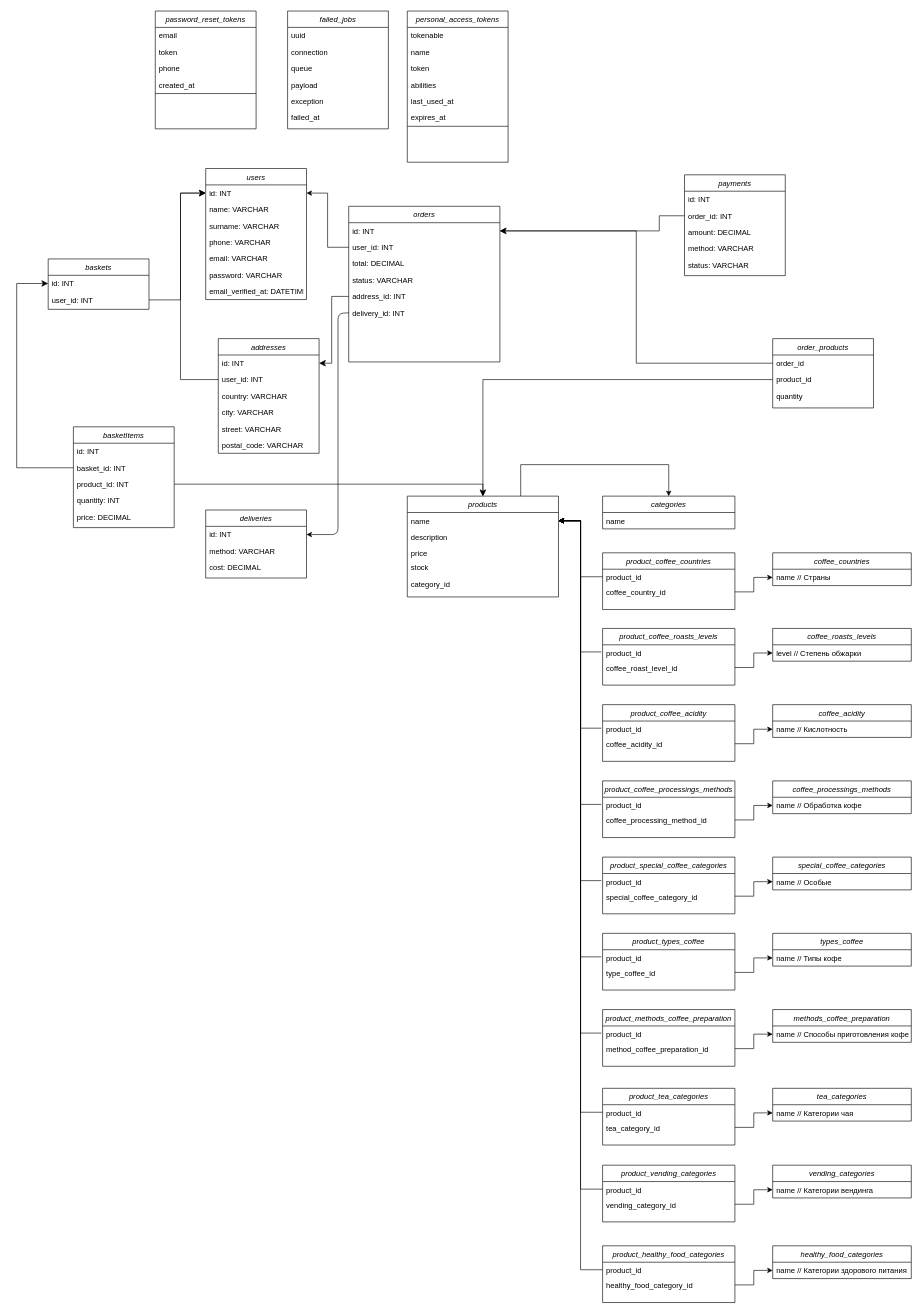
Above: database/UML.drawio in Rubin-11/CoffeShop (draw.io), before the change. Source tidied: cells renumbered, new cells numbered last; positions are measured from the earlier drawing's top-left corner, leaving out a move shared by most shapes. Both pictures are drawn from the tidied source at 63%, with x=0, y=0 at pixel (16, 11).
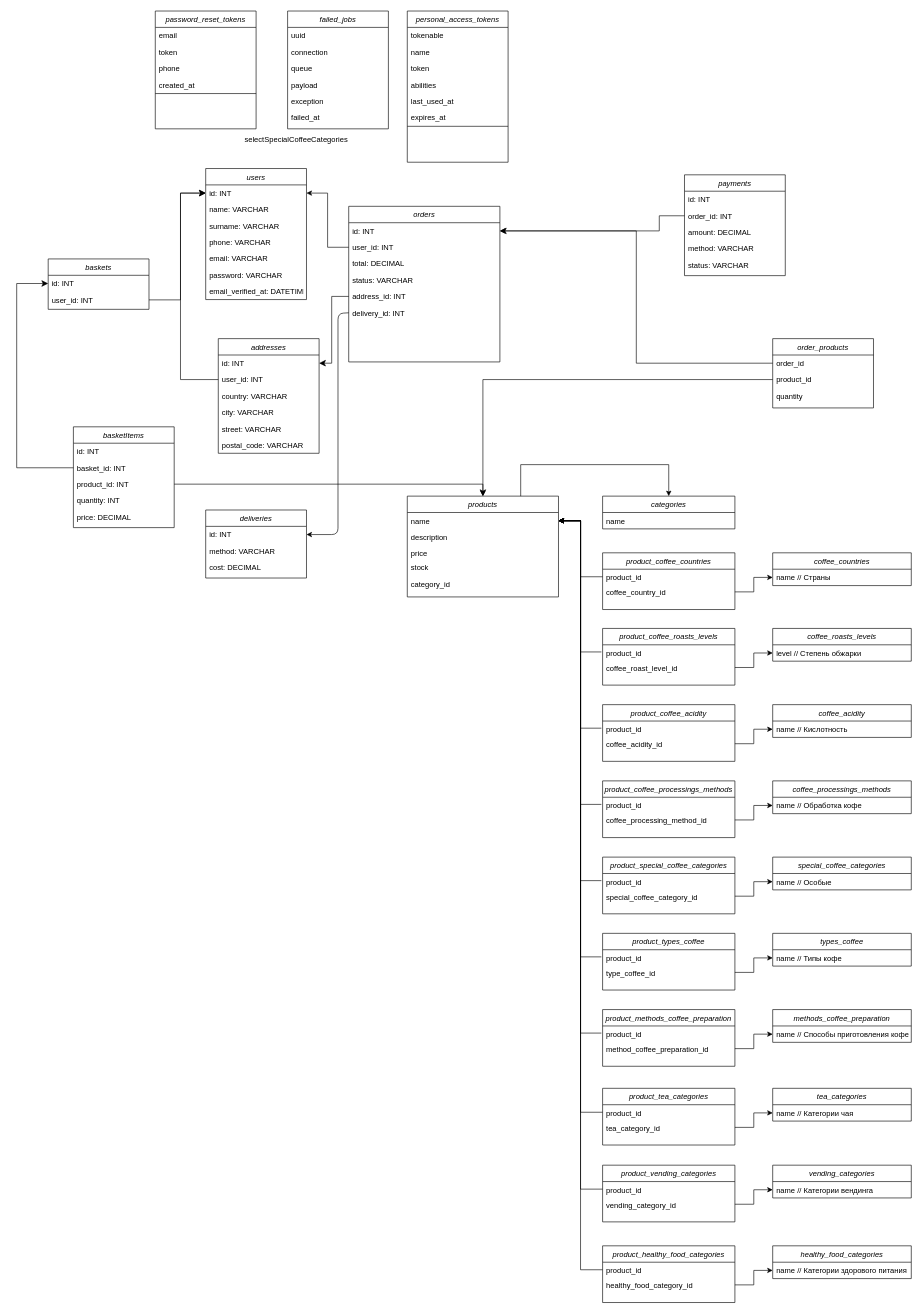
The same page after the edit.

Diff of the diagram source:
```diff
@@
+    <mxCell id="157" value="selectSpecialCoffeeCategories" style="text;whiteSpace=wrap;html=1;" parent="1" vertex="1">
+      <mxGeometry x="360" y="190" width="200" height="40" as="geometry" />
+    </mxCell>
```
